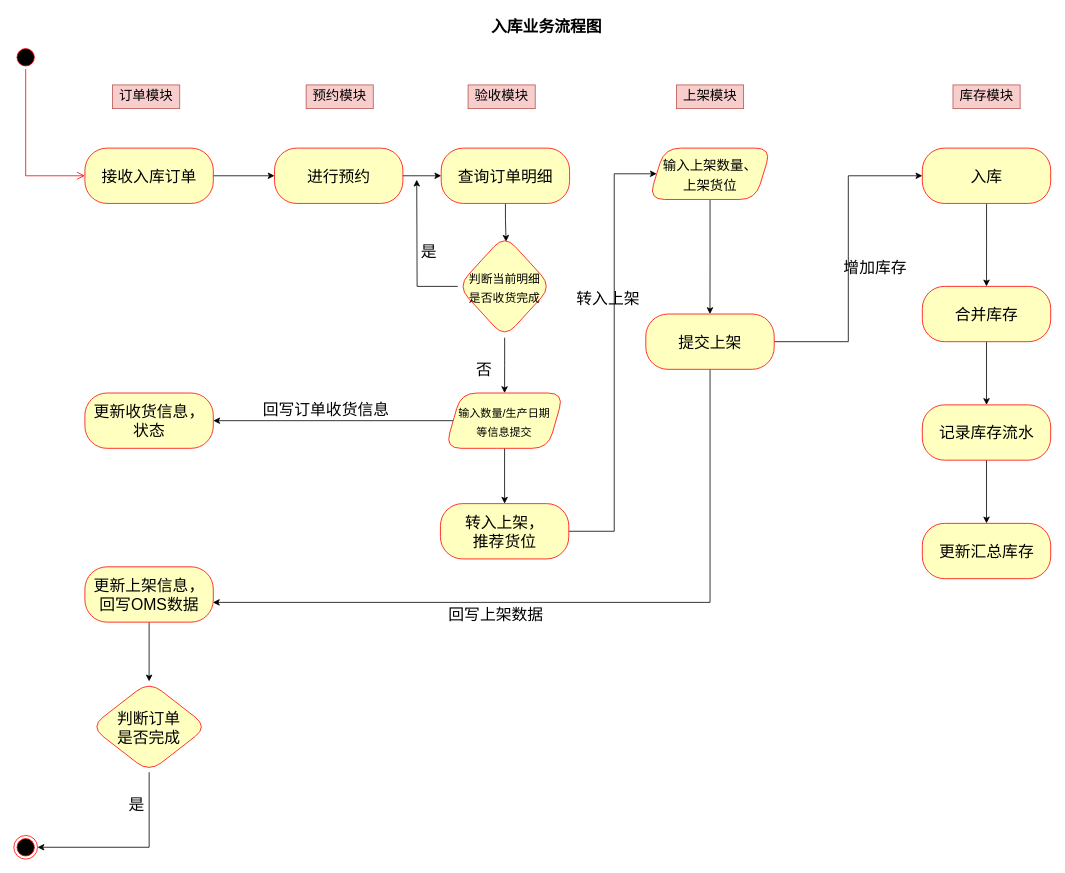
mstao/static keeps this draw.io diagram as pdf/入库业务流程图.drawio. Above is the earlier version. Source tidied: cells renumbered, new cells numbered last; positions are measured from the earlier drawing's top-left corner, leaving out a move shared by most shapes. Both pictures are drawn from the tidied source at 79%, with x=0, y=0 at pixel (13, 13).
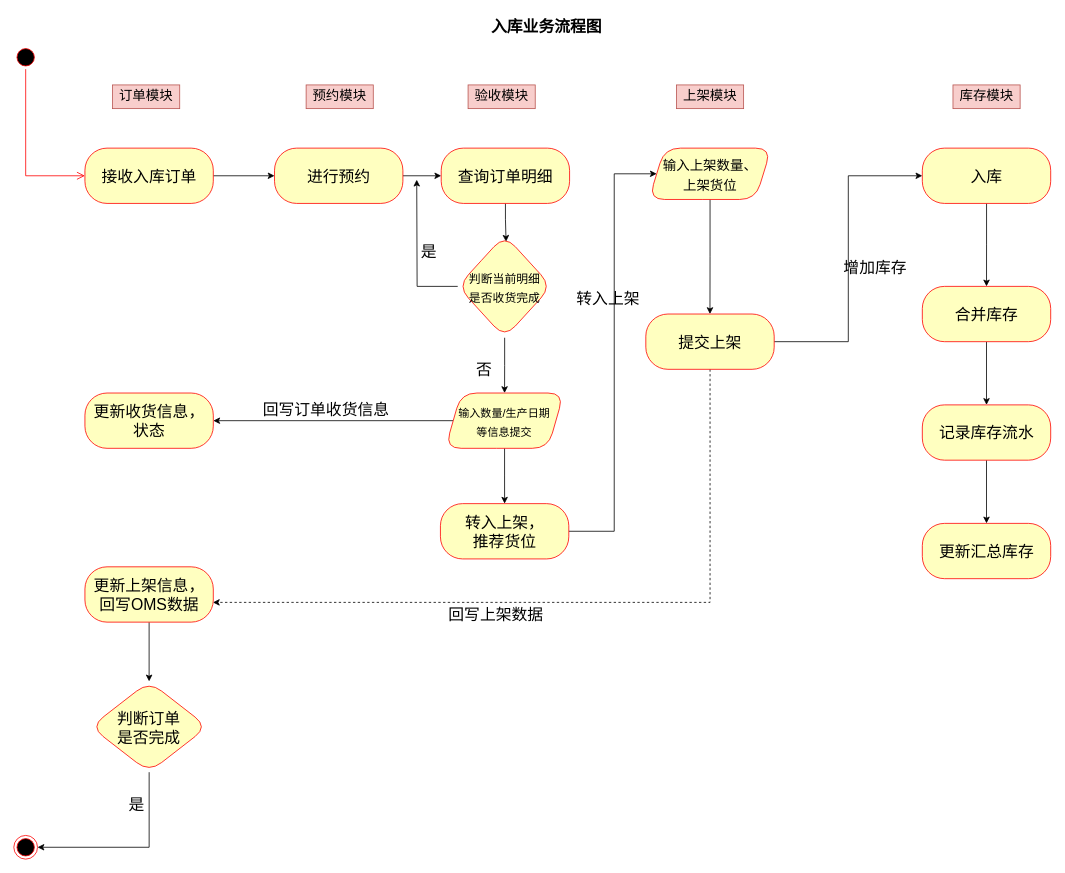
The same page after the edit.

Commit message:
Update 入库业务流程图.drawio

Unchanged cells that the change refers to:
```xml
<mxCell id="27" value="&lt;font&gt;&lt;font style=&quot;font-size: 20px&quot;&gt;提交上架&lt;/font&gt;&lt;br&gt;&lt;/font&gt;" style="rounded=1;whiteSpace=wrap;html=1;arcSize=40;fontColor=#000000;fillColor=#ffffc0;strokeColor=#ff0000;fontSize=20;" parent="1" vertex="1">
  <mxGeometry x="800" y="380" width="162.5" height="70" as="geometry" />
</mxCell>
<mxCell id="31" value="&lt;font style=&quot;font-size: 20px&quot;&gt;更新上架信息，&lt;br&gt;回写OMS数据&lt;br&gt;&lt;/font&gt;" style="rounded=1;whiteSpace=wrap;html=1;arcSize=40;fontColor=#000000;fillColor=#ffffc0;strokeColor=#ff0000;fontSize=20;" parent="1" vertex="1">
  <mxGeometry x="90" y="700" width="162.5" height="70" as="geometry" />
</mxCell>
```

What changed in the source:
```diff
@@
-    <mxCell id="26" style="edgeStyle=orthogonalEdgeStyle;rounded=0;jettySize=auto;html=1;fontSize=14;fontColor=none;entryX=0.997;entryY=0.643;entryDx=0;entryDy=0;entryPerimeter=0;" parent="1" edge="1" source="27" target="31">
+    <mxCell id="26" style="edgeStyle=orthogonalEdgeStyle;rounded=0;jettySize=auto;html=1;fontSize=14;fontColor=none;entryX=0.997;entryY=0.643;entryDx=0;entryDy=0;entryPerimeter=0;dashed=1;" parent="1" edge="1" source="27" target="31">
       <mxGeometry relative="1" as="geometry">
         <Array as="points">
           <mxPoint x="881" y="745" />
         </Array>
       </mxGeometry>
     </mxCell>
```
